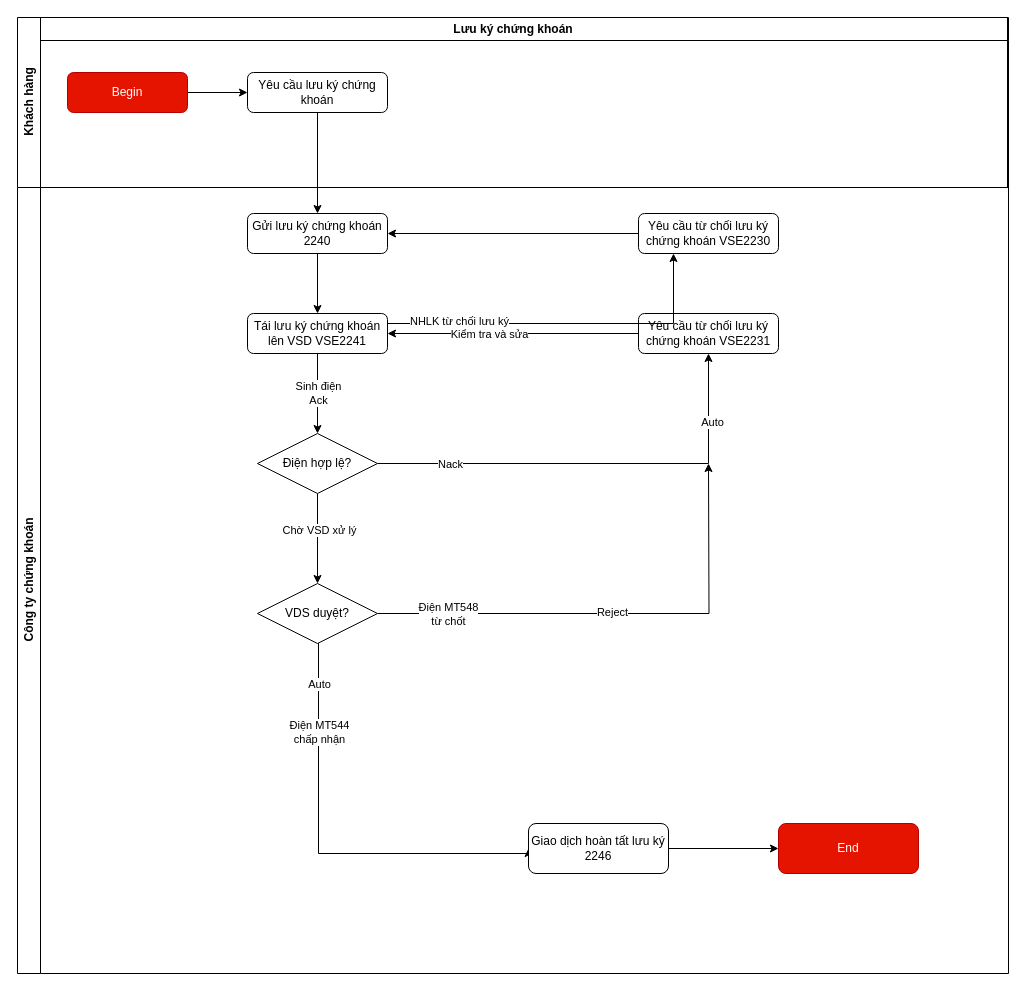
Above: page "Lưu ký chứng khoán" (2 of 6) of resources/diagrams/Quản lý chứng khoán.drawio in luyenhaidangit/flex (draw.io), before the change. Source tidied: cells renumbered, new cells numbered last; positions are measured from the earlier drawing's top-left corner, leaving out a move shared by most shapes. Both pictures are drawn from the tidied source at 100%, with x=0, y=0 at pixel (17, 17).
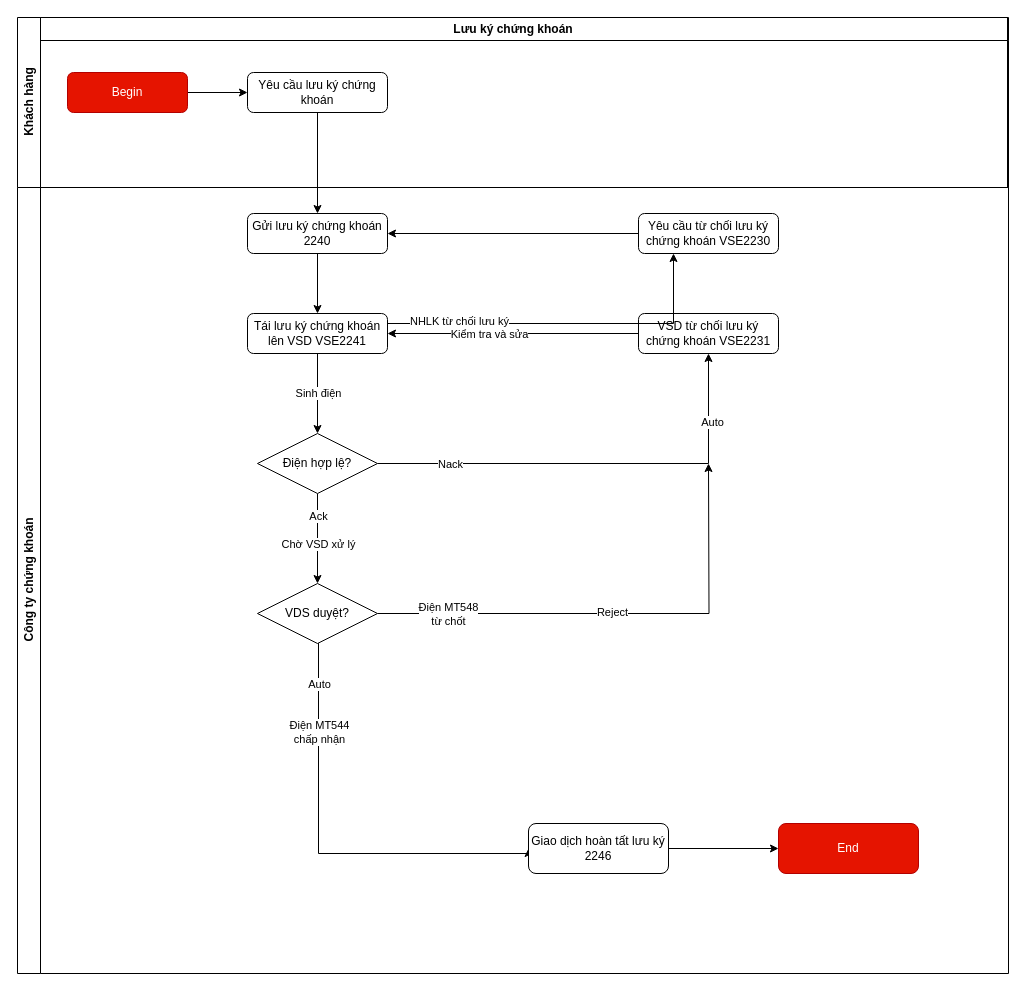
The same diagram, later.

Commit message:
Cập nhật Quản lý chứng khoán.drawio

Unchanged cells that the change refers to:
```xml
<mxCell id="2" value="Công ty chứng khoán" style="swimlane;horizontal=0;whiteSpace=wrap;html=1;" parent="1" vertex="1">
  <mxGeometry y="170" width="991" height="786" as="geometry" />
</mxCell>
<mxCell id="3" style="edgeStyle=orthogonalEdgeStyle;rounded=0;jettySize=auto;html=1;" parent="2" edge="1" source="8" target="15">
  <mxGeometry relative="1" as="geometry" />
</mxCell>
<mxCell id="21" style="edgeStyle=orthogonalEdgeStyle;rounded=0;jettySize=auto;html=1;entryX=0.5;entryY=0;entryDx=0;entryDy=0;" parent="2" edge="1" source="23" target="8">
  <mxGeometry relative="1" as="geometry" />
</mxCell>
```

Diff of the diagram source:
```diff
@@
     <mxCell id="4" value="Chờ VSD xử lý" style="edgeLabel;html=1;align=center;verticalAlign=middle;" parent="3" vertex="1">
-      <mxGeometry x="-0.2" y="1" relative="1" as="geometry" />
+      <mxGeometry x="-0.2" y="1" relative="1" as="geometry">
+        <mxPoint x="-1" y="14" as="offset" />
+      </mxGeometry>
     </mxCell>
+    <mxCell id="37" value="Ack" style="edgeLabel;html=1;align=center;verticalAlign=middle;" parent="3" vertex="1">
+      <mxGeometry x="-0.51" relative="1" as="geometry" />
+    </mxCell>
@@
-    <mxCell id="22" value="Sinh điện&lt;br&gt;Ack" style="edgeLabel;html=1;align=center;verticalAlign=middle;" parent="21" vertex="1">
+    <mxCell id="22" value="Sinh điện" style="edgeLabel;html=1;align=center;verticalAlign=middle;" parent="21" vertex="1">
       <mxGeometry x="-0.03" relative="1" as="geometry" />
     </mxCell>
@@
-    <mxCell id="26" value="Yêu cầu từ chối lưu ký chứng khoán VSE2231" style="rounded=1;whiteSpace=wrap;html=1;fontSize=12;glass=0;strokeWidth=1;shadow=0;" parent="2" vertex="1">
+    <mxCell id="26" value="VSD từ chối lưu ký chứng khoán VSE2231" style="rounded=1;whiteSpace=wrap;html=1;fontSize=12;glass=0;strokeWidth=1;shadow=0;" parent="2" vertex="1">
       <mxGeometry x="621" y="126" width="140" height="40" as="geometry" />
     </mxCell>
```
